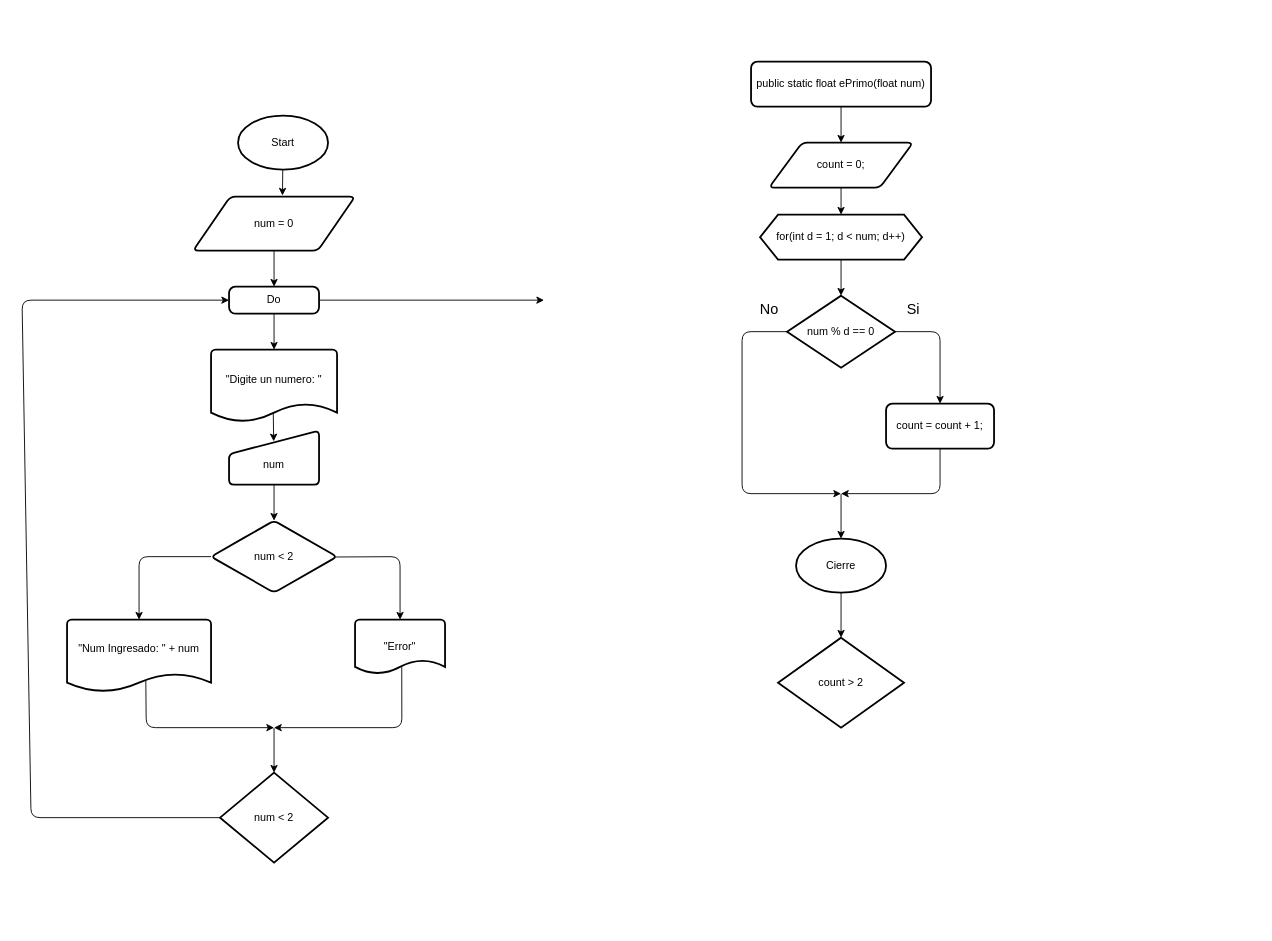
The draw.io diagram DeterminarSiUnNumeroEsPrimo.drawio in AnthonyLozadaAlexander/DiagramaDeFlujos, before the edit. Source tidied: cells renumbered, new cells numbered last; positions are measured from the earlier drawing's top-left corner, leaving out a move shared by most shapes. Both pictures are drawn from the tidied source at 90%, with x=0, y=0 at pixel (22, 61).
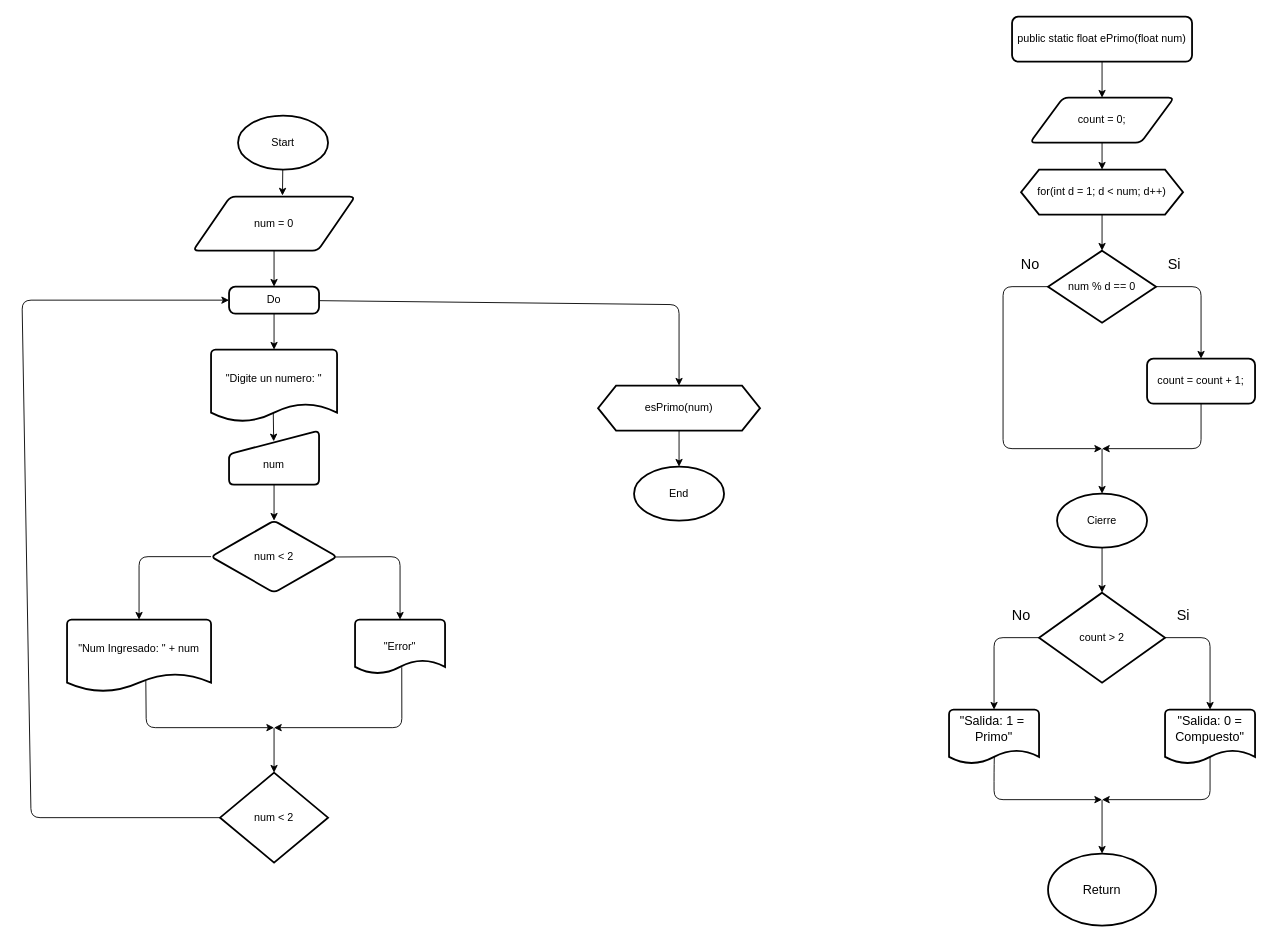
The same page after the edit.

Commit message:
Actualizar diagrama de flujo para mejorar la claridad y la disposición de los elementos.

Unchanged cells that the change refers to:
```xml
<mxCell id="20" value="Do" style="rounded=1;whiteSpace=wrap;html=1;absoluteArcSize=1;arcSize=14;strokeWidth=2;" parent="1" vertex="1">
  <mxGeometry x="230" y="250" width="100" height="30" as="geometry" />
</mxCell>
```

The edit, as a diff of the source:
```diff
@@
-    <mxCell id="19" style="edgeStyle=none;html=1;" parent="1" edge="1" source="20">
+    <mxCell id="19" style="edgeStyle=none;html=1;entryX=0.5;entryY=0;entryDx=0;entryDy=0;" parent="1" edge="1" source="20" target="50">
       <mxGeometry relative="1" as="geometry">
-        <mxPoint x="580" y="265" as="targetPoint" />
+        <Array as="points">
+          <mxPoint x="730" y="270" />
+        </Array>
       </mxGeometry>
     </mxCell>
@@
     <mxCell id="24" value="public static float ePrimo(float num)" style="rounded=1;whiteSpace=wrap;html=1;absoluteArcSize=1;arcSize=14;strokeWidth=2;" parent="1" vertex="1">
-      <mxGeometry x="810" width="200" height="50" as="geometry" />
+      <mxGeometry x="1100" y="-50" width="200" height="50" as="geometry" />
     </mxCell>
@@
     <mxCell id="26" value="count = 0;" style="shape=parallelogram;html=1;strokeWidth=2;perimeter=parallelogramPerimeter;whiteSpace=wrap;rounded=1;arcSize=12;size=0.23;" parent="1" vertex="1">
-      <mxGeometry x="830" y="90" width="160" height="50" as="geometry" />
+      <mxGeometry x="1120" y="40" width="160" height="50" as="geometry" />
     </mxCell>
@@
     <mxCell id="28" value="for(int d = 1; d &amp;lt; num; d++)" style="shape=hexagon;perimeter=hexagonPerimeter2;whiteSpace=wrap;html=1;fixedSize=1;rounded=0;strokeWidth=2;" parent="1" vertex="1">
-      <mxGeometry x="820" y="170" width="180" height="50" as="geometry" />
+      <mxGeometry x="1110" y="120" width="180" height="50" as="geometry" />
     </mxCell>
     <mxCell id="29" style="edgeStyle=none;html=1;exitX=0;exitY=0.5;exitDx=0;exitDy=0;" parent="1" edge="1" source="31">
       <mxGeometry relative="1" as="geometry">
-        <mxPoint x="910" y="480" as="targetPoint" />
+        <mxPoint x="1200" y="430" as="targetPoint" />
         <Array as="points">
-          <mxPoint x="800" y="300" />
-          <mxPoint x="800" y="480" />
+          <mxPoint x="1090" y="250" />
+          <mxPoint x="1090" y="430" />
         </Array>
       </mxGeometry>
     </mxCell>
     <mxCell id="30" style="edgeStyle=none;html=1;entryX=0.5;entryY=0;entryDx=0;entryDy=0;exitX=1;exitY=0.5;exitDx=0;exitDy=0;" parent="1" edge="1" source="31" target="33">
       <mxGeometry relative="1" as="geometry">
         <Array as="points">
-          <mxPoint x="1020" y="300" />
+          <mxPoint x="1310" y="250" />
         </Array>
       </mxGeometry>
     </mxCell>
     <mxCell id="31" value="num % d == 0" style="rhombus;whiteSpace=wrap;html=1;rounded=0;strokeWidth=2;" parent="1" vertex="1">
-      <mxGeometry x="850" y="260" width="120" height="80" as="geometry" />
+      <mxGeometry x="1140" y="210" width="120" height="80" as="geometry" />
     </mxCell>
     <mxCell id="32" style="edgeStyle=none;html=1;" parent="1" edge="1" source="33">
       <mxGeometry relative="1" as="geometry">
-        <mxPoint x="910" y="480" as="targetPoint" />
+        <mxPoint x="1200" y="430" as="targetPoint" />
         <Array as="points">
-          <mxPoint x="1020" y="480" />
+          <mxPoint x="1310" y="430" />
         </Array>
       </mxGeometry>
     </mxCell>
     <mxCell id="33" value="count = count + 1;" style="rounded=1;whiteSpace=wrap;html=1;absoluteArcSize=1;arcSize=14;strokeWidth=2;" parent="1" vertex="1">
-      <mxGeometry x="960" y="380" width="120" height="50" as="geometry" />
+      <mxGeometry x="1250" y="330" width="120" height="50" as="geometry" />
     </mxCell>
     <mxCell id="34" style="edgeStyle=none;orthogonalLoop=1;jettySize=auto;html=1;" parent="1" edge="1">
       <mxGeometry relative="1" as="geometry">
-        <mxPoint x="910" y="480" as="sourcePoint" />
-        <mxPoint x="910" y="530" as="targetPoint" />
+        <mxPoint x="1200" y="430" as="sourcePoint" />
+        <mxPoint x="1200" y="480" as="targetPoint" />
       </mxGeometry>
     </mxCell>
     <mxCell id="35" value="Cierre" style="strokeWidth=2;html=1;shape=mxgraph.flowchart.start_1;whiteSpace=wrap;shadow=0;" parent="1" vertex="1">
-      <mxGeometry x="860" y="530" width="100" height="60" as="geometry" />
+      <mxGeometry x="1150" y="480" width="100" height="60" as="geometry" />
     </mxCell>
     <mxCell id="36" value="count &amp;gt; 2" style="strokeWidth=2;html=1;shape=mxgraph.flowchart.decision;whiteSpace=wrap;" parent="1" vertex="1">
-      <mxGeometry x="840" y="640" width="140" height="100" as="geometry" />
+      <mxGeometry x="1130" y="590" width="140" height="100" as="geometry" />
     </mxCell>
@@
     <mxCell id="38" value="Si" style="text;html=1;align=center;verticalAlign=middle;strokeColor=none;fillColor=none;fontSize=16;" parent="1" vertex="1">
-      <mxGeometry x="970" y="260" width="40" height="30" as="geometry" />
+      <mxGeometry x="1260" y="210" width="40" height="30" as="geometry" />
     </mxCell>
     <mxCell id="39" value="No" style="text;html=1;align=center;verticalAlign=middle;strokeColor=none;fillColor=none;fontSize=16;" parent="1" vertex="1">
-      <mxGeometry x="810" y="260" width="40" height="30" as="geometry" />
+      <mxGeometry x="1100" y="210" width="40" height="30" as="geometry" />
     </mxCell>
+    <mxCell id="40" style="edgeStyle=none;html=1;exitX=0.503;exitY=0.858;exitDx=0;exitDy=0;exitPerimeter=0;" parent="1" edge="1" source="45">
+      <mxGeometry relative="1" as="geometry">
+        <mxPoint x="1200" y="820" as="targetPoint" />
+        <Array as="points">
+          <mxPoint x="1080" y="790" />
+          <mxPoint x="1080" y="820" />
+        </Array>
+      </mxGeometry>
+    </mxCell>
+    <mxCell id="41" style="edgeStyle=none;html=1;entryX=0.5;entryY=0;entryDx=0;entryDy=0;exitX=1;exitY=0.5;exitDx=0;exitDy=0;" parent="1" edge="1">
+      <mxGeometry relative="1" as="geometry">
+        <mxPoint x="1270" y="640" as="sourcePoint" />
+        <mxPoint x="1320" y="720" as="targetPoint" />
+        <Array as="points">
+          <mxPoint x="1320" y="640" />
+        </Array>
+      </mxGeometry>
+    </mxCell>
+    <mxCell id="42" style="edgeStyle=none;html=1;exitX=0.5;exitY=0.859;exitDx=0;exitDy=0;exitPerimeter=0;" parent="1" edge="1" source="43">
+      <mxGeometry relative="1" as="geometry">
+        <mxPoint x="1200" y="820" as="targetPoint" />
+        <Array as="points">
+          <mxPoint x="1320" y="820" />
+        </Array>
+      </mxGeometry>
+    </mxCell>
+    <mxCell id="43" value="&quot;Salida: 0 = Compuesto&quot;&lt;div&gt;&lt;br&gt;&lt;/div&gt;" style="strokeWidth=2;html=1;shape=mxgraph.flowchart.document2;whiteSpace=wrap;size=0.25;fontSize=14;" parent="1" vertex="1">
+      <mxGeometry x="1270" y="720" width="100" height="60" as="geometry" />
+    </mxCell>
+    <mxCell id="44" style="edgeStyle=none;html=1;exitX=0;exitY=0.5;exitDx=0;exitDy=0;entryX=0.5;entryY=0;entryDx=0;entryDy=0;entryPerimeter=0;" parent="1" edge="1" target="45">
+      <mxGeometry relative="1" as="geometry">
+        <mxPoint x="1130" y="640" as="sourcePoint" />
+        <Array as="points">
+          <mxPoint x="1080" y="640" />
+        </Array>
+      </mxGeometry>
+    </mxCell>
+    <mxCell id="45" value="&quot;Salida: 1 =&amp;nbsp; Primo&quot;&lt;div&gt;&lt;br&gt;&lt;/div&gt;" style="strokeWidth=2;html=1;shape=mxgraph.flowchart.document2;whiteSpace=wrap;size=0.25;fontSize=14;" parent="1" vertex="1">
+      <mxGeometry x="1030" y="720" width="100" height="60" as="geometry" />
+    </mxCell>
+    <mxCell id="46" value="Si" style="text;html=1;align=center;verticalAlign=middle;strokeColor=none;fillColor=none;fontSize=16;" parent="1" vertex="1">
+      <mxGeometry x="1270" y="600" width="40" height="30" as="geometry" />
+    </mxCell>
+    <mxCell id="47" value="No" style="text;html=1;align=center;verticalAlign=middle;strokeColor=none;fillColor=none;fontSize=16;" parent="1" vertex="1">
+      <mxGeometry x="1090" y="600" width="40" height="30" as="geometry" />
+    </mxCell>
+    <mxCell id="48" style="edgeStyle=none;orthogonalLoop=1;jettySize=auto;html=1;" parent="1" edge="1">
+      <mxGeometry relative="1" as="geometry">
+        <mxPoint x="1200" y="820" as="sourcePoint" />
+        <mxPoint x="1200" y="880" as="targetPoint" />
+      </mxGeometry>
+    </mxCell>
+    <mxCell id="49" value="Return" style="ellipse;whiteSpace=wrap;html=1;fontSize=14;strokeWidth=2;" parent="1" vertex="1">
+      <mxGeometry x="1140" y="880" width="120" height="80" as="geometry" />
+    </mxCell>
+    <mxCell id="50" value="esPrimo(num)" style="shape=hexagon;perimeter=hexagonPerimeter2;whiteSpace=wrap;html=1;fixedSize=1;rounded=0;strokeWidth=2;" parent="1" vertex="1">
+      <mxGeometry x="640" y="360" width="180" height="50" as="geometry" />
+    </mxCell>
+    <mxCell id="51" value="End" style="strokeWidth=2;html=1;shape=mxgraph.flowchart.start_1;whiteSpace=wrap;" parent="1" vertex="1">
+      <mxGeometry x="680" y="450" width="100" height="60" as="geometry" />
+    </mxCell>
+    <mxCell id="52" style="edgeStyle=none;html=1;entryX=0.5;entryY=0;entryDx=0;entryDy=0;entryPerimeter=0;" parent="1" edge="1" source="50" target="51">
+      <mxGeometry relative="1" as="geometry" />
+    </mxCell>
```
